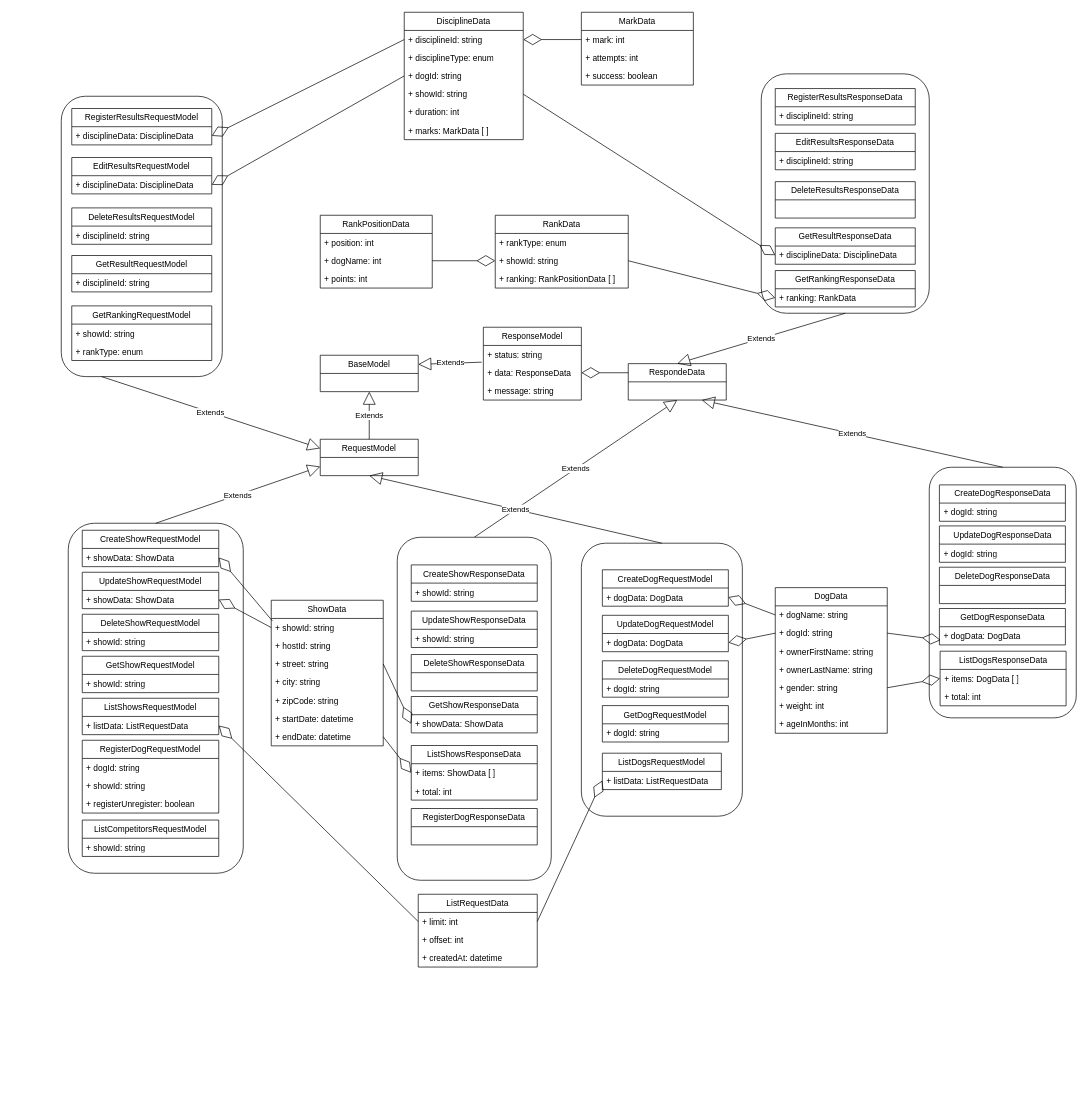
The draw.io diagram page "competition-entities" (5 of 5) of documentation/design/top-dog-show-data-model.drawio in israel-lm/top-dog-show, before the edit. Source tidied: cells renumbered, new cells numbered last; positions are measured from the earlier drawing's top-left corner, leaving out a move shared by most shapes. Both pictures are drawn from the tidied source at 70%, with x=0, y=0 at pixel (12, 12).
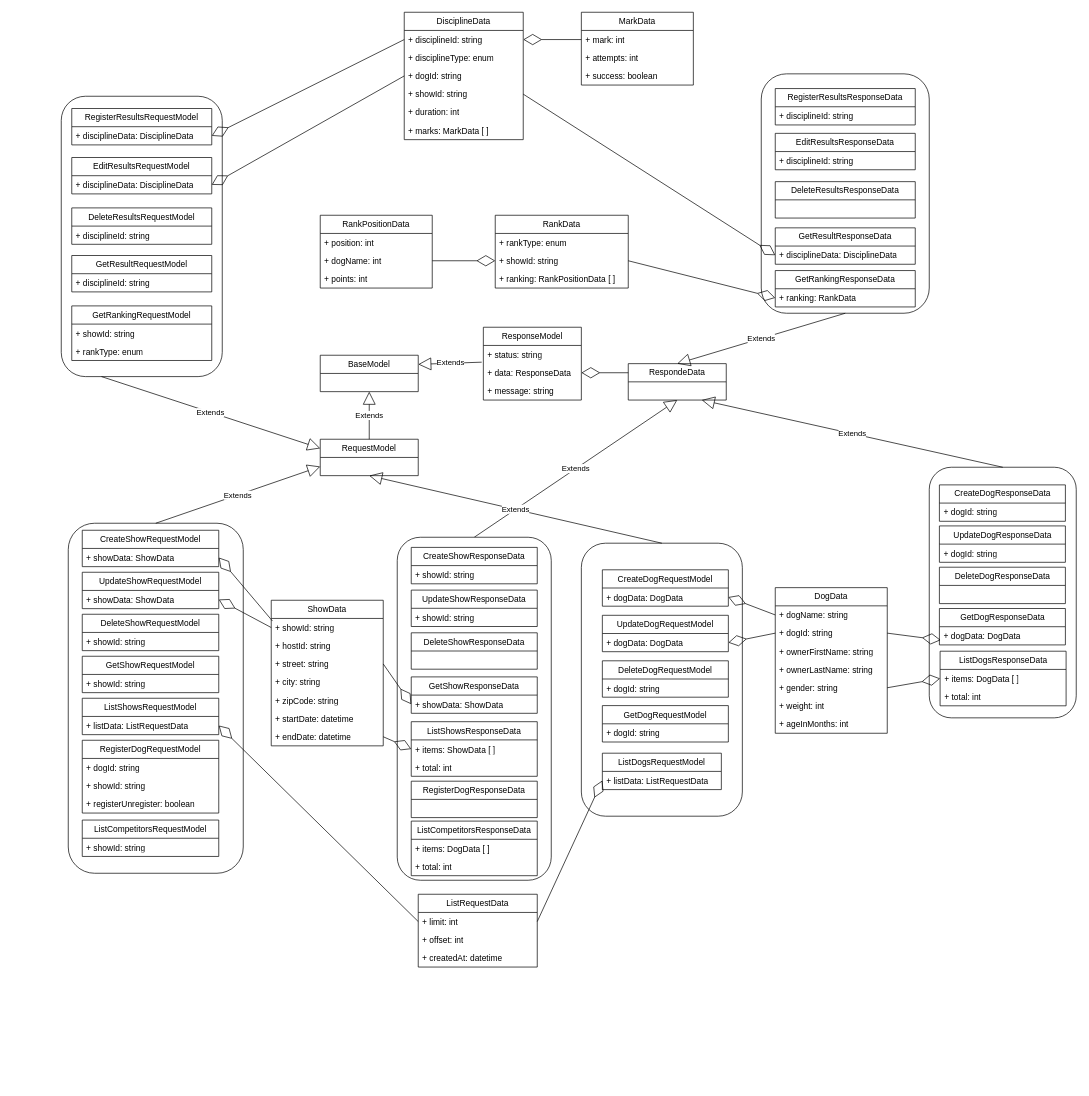
The same page after the edit.

Unchanged cells that the change refers to:
```xml
<mxCell id="96" style="rounded=1;whiteSpace=wrap;html=1;" parent="1" vertex="1">
  <mxGeometry x="550" y="750" width="220" height="490" as="geometry" />
</mxCell>
```

What changed in the source:
```diff
@@
     <mxCell id="97" value="CreateShowResponseData" style="swimlane;fontStyle=0;horizontal=1;startSize=26;fillColor=none;whiteSpace=wrap;html=1;" parent="96" vertex="1">
-      <mxGeometry x="20" y="39.5" width="180" height="52" as="geometry" />
+      <mxGeometry x="20" y="14.5" width="180" height="52" as="geometry" />
     </mxCell>
@@
     <mxCell id="99" value="UpdateShowResponseData" style="swimlane;fontStyle=0;horizontal=1;startSize=26;fillColor=none;whiteSpace=wrap;html=1;" parent="96" vertex="1">
-      <mxGeometry x="20" y="105.5" width="180" height="52" as="geometry" />
+      <mxGeometry x="20" y="75.5" width="180" height="52" as="geometry" />
     </mxCell>
@@
     <mxCell id="101" value="DeleteShowResponseData" style="swimlane;fontStyle=0;horizontal=1;startSize=26;fillColor=none;whiteSpace=wrap;html=1;" parent="96" vertex="1">
-      <mxGeometry x="20" y="167.5" width="180" height="52" as="geometry" />
+      <mxGeometry x="20" y="136.5" width="180" height="52" as="geometry" />
     </mxCell>
     <mxCell id="102" value="GetShowResponseData" style="swimlane;fontStyle=0;horizontal=1;startSize=26;fillColor=none;whiteSpace=wrap;html=1;" parent="96" vertex="1">
-      <mxGeometry x="20" y="227.5" width="180" height="52" as="geometry" />
+      <mxGeometry x="20" y="199.5" width="180" height="52" as="geometry" />
     </mxCell>
@@
     <mxCell id="104" value="ListShowsResponseData" style="swimlane;fontStyle=0;horizontal=1;startSize=26;fillColor=none;whiteSpace=wrap;html=1;" parent="96" vertex="1">
-      <mxGeometry x="20" y="297.5" width="180" height="78" as="geometry" />
+      <mxGeometry x="20" y="263.5" width="180" height="78" as="geometry" />
     </mxCell>
@@
     <mxCell id="107" value="RegisterDogResponseData" style="swimlane;fontStyle=0;horizontal=1;startSize=26;fillColor=none;whiteSpace=wrap;html=1;" parent="96" vertex="1">
-      <mxGeometry x="20" y="387.5" width="180" height="52" as="geometry" />
+      <mxGeometry x="20" y="348.5" width="180" height="52" as="geometry" />
     </mxCell>
+    <mxCell id="154" value="ListCompetitorsResponseData" style="swimlane;fontStyle=0;horizontal=1;startSize=26;fillColor=none;whiteSpace=wrap;html=1;" parent="96" vertex="1">
+      <mxGeometry x="20" y="405.5" width="180" height="78" as="geometry" />
+    </mxCell>
+    <mxCell id="155" value="+ items: DogData [ ]" style="text;strokeColor=none;fillColor=none;align=left;verticalAlign=top;spacingLeft=4;spacingRight=4;overflow=hidden;whiteSpace=wrap;html=1;" parent="154" vertex="1">
+      <mxGeometry y="26" width="180" height="26" as="geometry" />
+    </mxCell>
+    <mxCell id="156" value="+ total: int" style="text;strokeColor=none;fillColor=none;align=left;verticalAlign=top;spacingLeft=4;spacingRight=4;overflow=hidden;whiteSpace=wrap;html=1;" parent="154" vertex="1">
+      <mxGeometry y="52" width="180" height="26" as="geometry" />
+    </mxCell>
```
